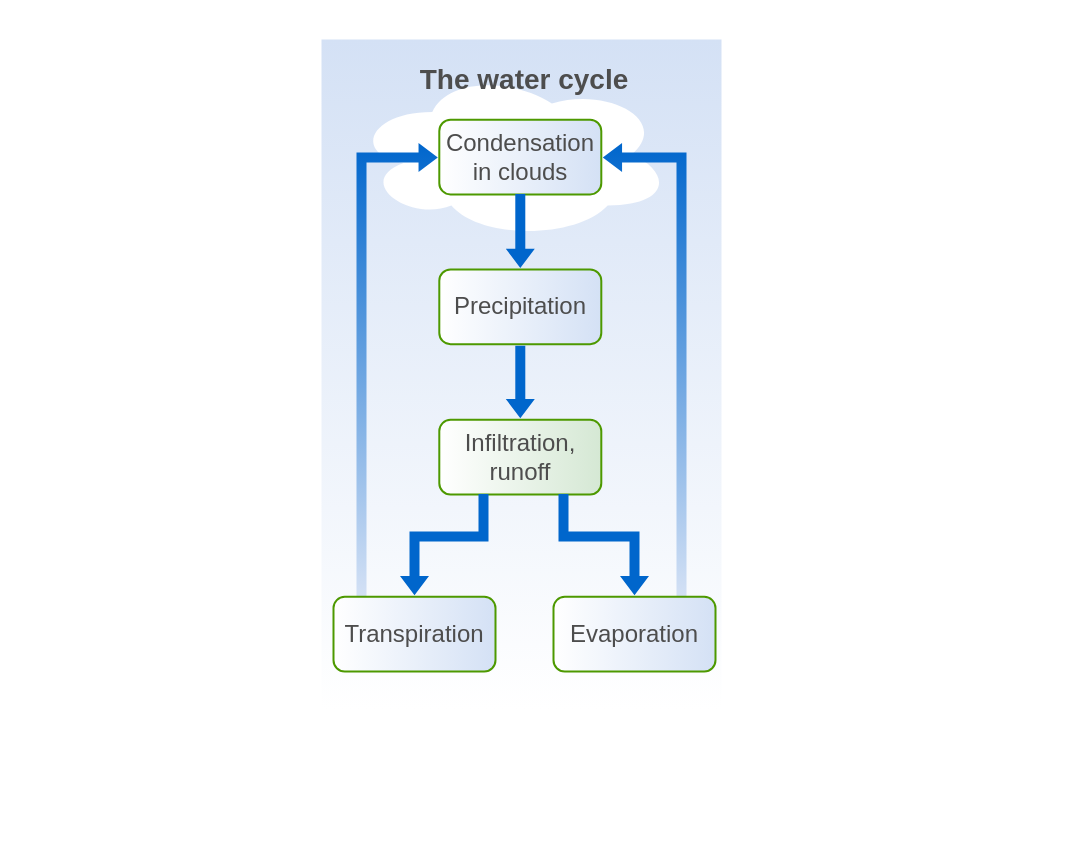
Earlier version of the draw.io diagram Untitled Diagram.drawio (chouguleAditya/portfolio_Aditya). Source tidied: cells renumbered, new cells numbered last; positions are measured from the earlier drawing's top-left corner, leaving out a move shared by most shapes. Both pictures are drawn from the tidied source at 100%, with x=0, y=0 at pixel (321, 39).
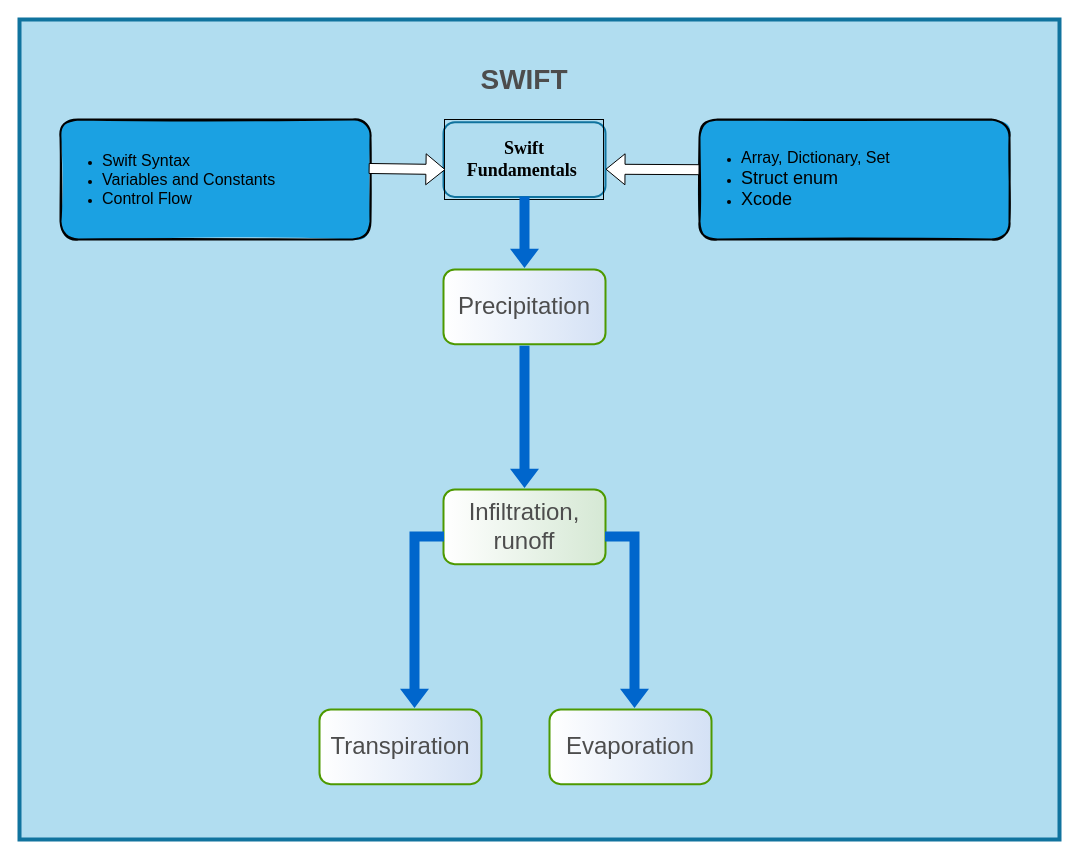
The same diagram, later.

Change to the diagram source:
```diff
@@
-    <mxCell id="2" style="whiteSpace=wrap;html=1;shadow=0;strokeWidth=4;fillColor=#D4E1F5;fontSize=16;align=center;gradientColor=#ffffff;strokeColor=none;fontColor=#4D4D4D;" parent="1" vertex="1">
-      <mxGeometry width="400" height="670" as="geometry" />
+    <mxCell id="2" style="whiteSpace=wrap;html=1;shadow=0;strokeWidth=4;fillColor=light-dark(#b1ddf0, #d4e3fe);fontSize=16;align=center;flipV=0;strokeColor=#10739e;fillStyle=solid;" parent="1" vertex="1">
+      <mxGeometry x="-302" y="-20" width="1040" height="820" as="geometry" />
     </mxCell>
-    <mxCell id="3" style="ellipse;shape=cloud;whiteSpace=wrap;html=1;shadow=0;strokeWidth=4;fillColor=#FFFFFF;gradientColor=#ffffff;fontSize=16;align=center;strokeColor=none;fontColor=#4D4D4D;" parent="1" vertex="1">
-      <mxGeometry x="31" y="30" width="319" height="170" as="geometry" />
-    </mxCell>
-    <mxCell id="4" style="edgeStyle=orthogonalEdgeStyle;rounded=0;html=1;shadow=0;endArrow=blockThin;endFill=1;jettySize=auto;strokeWidth=3;fontFamily=Helvetica;fontSize=18;align=center;shape=flexArrow;strokeColor=none;fillColor=#0066CC;endWidth=16;endSize=5.42;width=8;sourcePerimeterSpacing=-2;gradientColor=#D4E1F5;fontColor=#4D4D4D;" parent="1" edge="1" source="13" target="7">
-      <mxGeometry x="303.3" y="445.5" as="geometry">
-        <Array as="points">
-          <mxPoint x="360" y="118" />
-        </Array>
-      </mxGeometry>
-    </mxCell>
-    <mxCell id="5" style="edgeStyle=orthogonalEdgeStyle;rounded=0;html=1;shadow=0;endArrow=blockThin;endFill=1;jettySize=auto;strokeWidth=3;fontFamily=Helvetica;fontSize=18;align=center;shape=flexArrow;strokeColor=none;fillColor=#0066CC;endWidth=16;endSize=5.42;width=8;sourcePerimeterSpacing=-2;gradientColor=#D4E1F5;fontColor=#4D4D4D;" parent="1" edge="1" source="12" target="7">
-      <mxGeometry x="313.3" y="455.5" as="geometry">
-        <Array as="points">
-          <mxPoint x="40" y="118" />
-        </Array>
-      </mxGeometry>
-    </mxCell>
-    <mxCell id="6" value="The water cycle" style="text;html=1;strokeColor=none;fillColor=none;align=center;verticalAlign=middle;whiteSpace=wrap;overflow=hidden;shadow=0;fontSize=28;fontStyle=1;fontFamily=Helvetica;fontColor=#4D4D4D;" parent="1" vertex="1">
+    <mxCell id="6" value="SWIFT" style="text;html=1;strokeColor=none;fillColor=none;align=center;verticalAlign=middle;whiteSpace=wrap;overflow=hidden;shadow=0;fontSize=28;fontStyle=1;fontFamily=Helvetica;fontColor=#4D4D4D;" parent="1" vertex="1">
       <mxGeometry x="73" y="20" width="260" height="40" as="geometry" />
     </mxCell>
-    <mxCell id="7" value="Condensation&lt;br&gt;in clouds" style="rounded=1;whiteSpace=wrap;html=1;shadow=0;strokeWidth=2;fillColor=#D4E1F5;gradientColor=#ffffff;fontFamily=Helvetica;fontSize=24;align=center;strokeColor=#4D9900;gradientDirection=west;fontColor=#4D4D4D;" parent="1" vertex="1">
-      <mxGeometry x="117.8" y="80.2" width="162" height="74.7" as="geometry" />
+    <mxCell id="7" value="&lt;p style=&quot;caret-color: rgb(0, 0, 0);&quot; class=&quot;p1&quot;&gt;&lt;b&gt;&lt;span style=&quot;&quot;&gt;Swift Fundamentals&lt;/span&gt;&lt;font&gt;&amp;nbsp;&lt;/font&gt;&lt;/b&gt;&lt;/p&gt;" style="rounded=1;whiteSpace=wrap;html=1;shadow=0;strokeWidth=2;fillColor=light-dark(#b1ddf0, #b1dd8c);fontFamily=Times New Roman;fontSize=18;align=center;strokeColor=light-dark(#10739E,#555ECE);gradientDirection=west;verticalAlign=middle;labelBorderColor=default;labelBackgroundColor=light-dark(default, #53d5fd);horizontal=1;fillStyle=solid;fontColor=light-dark(default, #919191);" parent="1" vertex="1">
+      <mxGeometry x="122" y="82.7" width="162" height="74.7" as="geometry" />
     </mxCell>
     <mxCell id="8" value="Precipitation" style="rounded=1;whiteSpace=wrap;html=1;shadow=0;strokeWidth=2;fillColor=#D4E1F5;gradientColor=#ffffff;fontFamily=Helvetica;fontSize=24;align=center;strokeColor=#4D9900;gradientDirection=west;fontColor=#4D4D4D;" parent="1" vertex="1">
-      <mxGeometry x="117.8" y="230" width="162" height="74.7" as="geometry" />
+      <mxGeometry x="122" y="230" width="162" height="74.7" as="geometry" />
     </mxCell>
@@
     <mxCell id="10" value="Infiltration,&lt;br&gt;runoff" style="rounded=1;whiteSpace=wrap;html=1;shadow=0;strokeWidth=2;fillColor=#D5E8D4;gradientColor=#ffffff;fontFamily=Helvetica;fontSize=24;align=center;strokeColor=#4D9900;gradientDirection=west;fontColor=#4D4D4D;" parent="1" vertex="1">
-      <mxGeometry x="117.8" y="380.3" width="162" height="74.7" as="geometry" />
+      <mxGeometry x="122" y="450" width="162" height="74.7" as="geometry" />
     </mxCell>
@@
     <mxCell id="12" value="Transpiration" style="rounded=1;whiteSpace=wrap;html=1;shadow=0;strokeWidth=2;fillColor=#D4E1F5;gradientColor=#ffffff;fontFamily=Helvetica;fontSize=24;align=center;strokeColor=#4D9900;gradientDirection=west;fontColor=#4D4D4D;" parent="1" vertex="1">
-      <mxGeometry x="12" y="557.3" width="162" height="74.7" as="geometry" />
+      <mxGeometry x="-2" y="670" width="162" height="74.7" as="geometry" />
     </mxCell>
     <mxCell id="13" value="Evaporation" style="rounded=1;whiteSpace=wrap;html=1;shadow=0;strokeWidth=2;fillColor=#D4E1F5;gradientColor=#ffffff;fontFamily=Helvetica;fontSize=24;align=center;strokeColor=#4D9900;gradientDirection=west;fontColor=#4D4D4D;" parent="1" vertex="1">
-      <mxGeometry x="232" y="557.3" width="162" height="74.7" as="geometry" />
+      <mxGeometry x="228" y="670" width="162" height="74.7" as="geometry" />
     </mxCell>
@@
+    <mxCell id="16" value="&lt;p style=&quot;caret-color: rgb(0, 0, 0); color: rgb(0, 0, 0);&quot; class=&quot;p1&quot;&gt;&lt;/p&gt;&lt;ul&gt;&lt;li&gt;&lt;span style=&quot;font-size: 16px;&quot;&gt;Swift Syntax&lt;/span&gt;&lt;/li&gt;&lt;li&gt;&lt;span style=&quot;font-size: 16px;&quot;&gt;Variables and&amp;nbsp;&lt;/span&gt;&lt;font size=&quot;3&quot;&gt;Constants&lt;/font&gt;&lt;/li&gt;&lt;li&gt;&lt;font size=&quot;3&quot;&gt;Control Flow&lt;/font&gt;&lt;/li&gt;&lt;/ul&gt;&lt;p&gt;&lt;/p&gt;" style="rounded=1;whiteSpace=wrap;html=1;strokeWidth=2;fillWeight=4;hachureGap=8;hachureAngle=45;fillColor=light-dark(#1BA1E2,#70BBB2);sketch=1;fillStyle=solid;align=left;" parent="1" vertex="1">
+      <mxGeometry x="-261" y="80" width="310" height="120" as="geometry" />
+    </mxCell>
+    <mxCell id="17" value="&lt;div&gt;&lt;ul&gt;&lt;li style=&quot;&quot;&gt;&lt;font style=&quot;font-size: 16px;&quot;&gt;Array, Dictionary, Set&lt;/font&gt;&lt;/li&gt;&lt;li style=&quot;&quot;&gt;&lt;font style=&quot;font-size: 18px;&quot;&gt;Struct enum&amp;nbsp;&lt;/font&gt;&lt;/li&gt;&lt;li style=&quot;&quot;&gt;&lt;font style=&quot;font-size: 18px;&quot;&gt;Xcode&lt;/font&gt;&lt;/li&gt;&lt;/ul&gt;&lt;/div&gt;" style="rounded=1;whiteSpace=wrap;html=1;strokeWidth=2;fillWeight=4;hachureGap=8;hachureAngle=45;fillColor=light-dark(#1BA1E2,#70BBB2);sketch=1;fillStyle=solid;align=left;" parent="1" vertex="1">
+      <mxGeometry x="378" y="80" width="310" height="120" as="geometry" />
+    </mxCell>
+    <mxCell id="18" style="shape=flexArrow;endArrow=classic;html=1;rounded=0;entryX=0.012;entryY=0.634;entryDx=0;entryDy=0;entryPerimeter=0;exitX=0.994;exitY=0.408;exitDx=0;exitDy=0;exitPerimeter=0;fillColor=light-dark(#FFFFFF,#33FFFF);" parent="1" edge="1" source="16" target="7">
+      <mxGeometry relative="1" as="geometry" />
+    </mxCell>
+    <mxCell id="19" style="shape=flexArrow;endArrow=classic;html=1;rounded=0;fillColor=light-dark(#FFFFFF,#33FFFF);entryX=1;entryY=0.75;entryDx=0;entryDy=0;" parent="1" edge="1">
+      <mxGeometry relative="1" as="geometry">
+        <mxPoint x="378" y="130.2" as="sourcePoint" />
+        <mxPoint x="284" y="129.7" as="targetPoint" />
+      </mxGeometry>
+    </mxCell>
```
